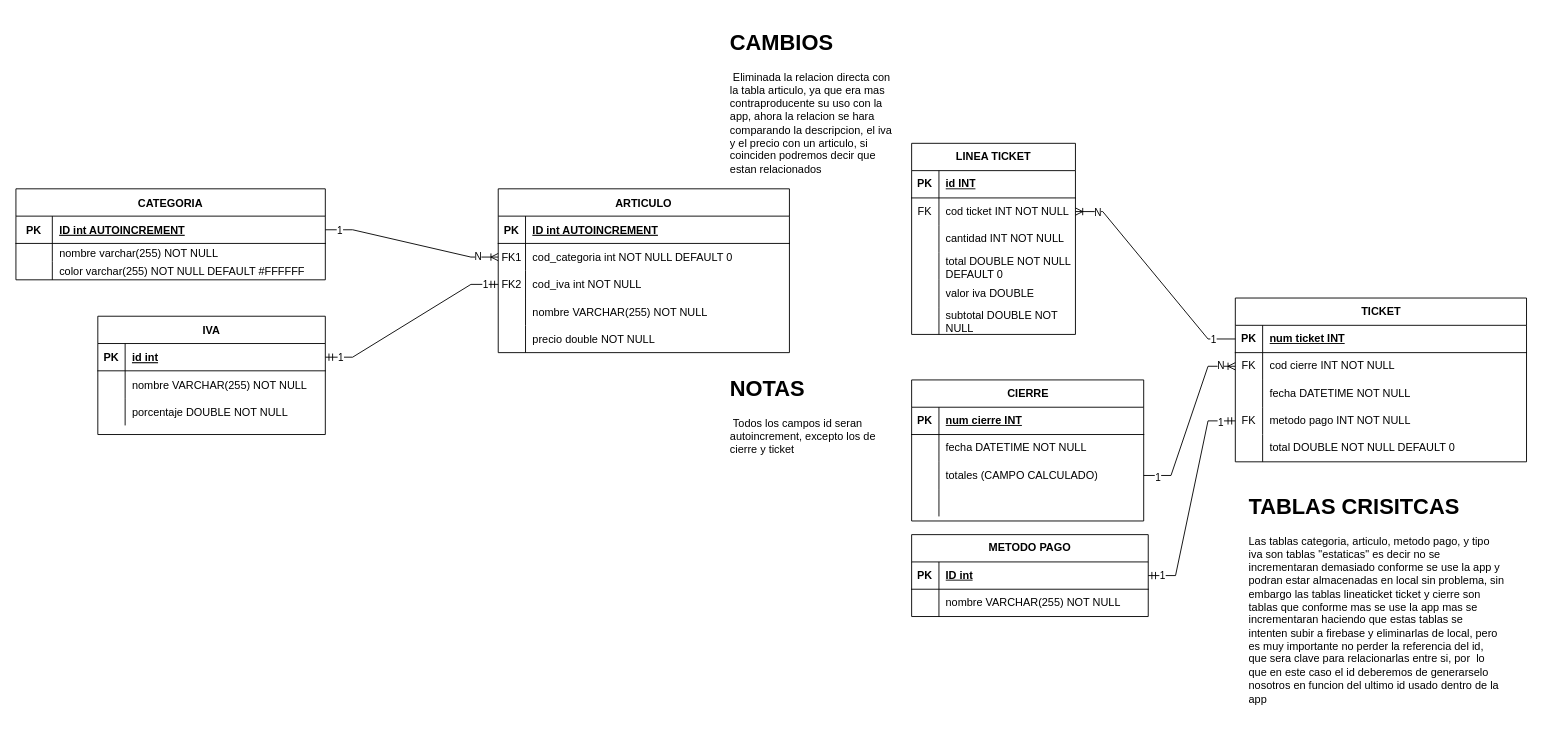
PedroDAM1/ExpressTPV keeps this draw.io diagram as ExpressTPV_EsquemaDB.drawio. Above is the earlier version. Source tidied: cells renumbered, new cells numbered last; positions are measured from the earlier drawing's top-left corner, leaving out a move shared by most shapes. Both pictures are drawn from the tidied source at 91%, with x=0, y=0 at pixel (15, 25).
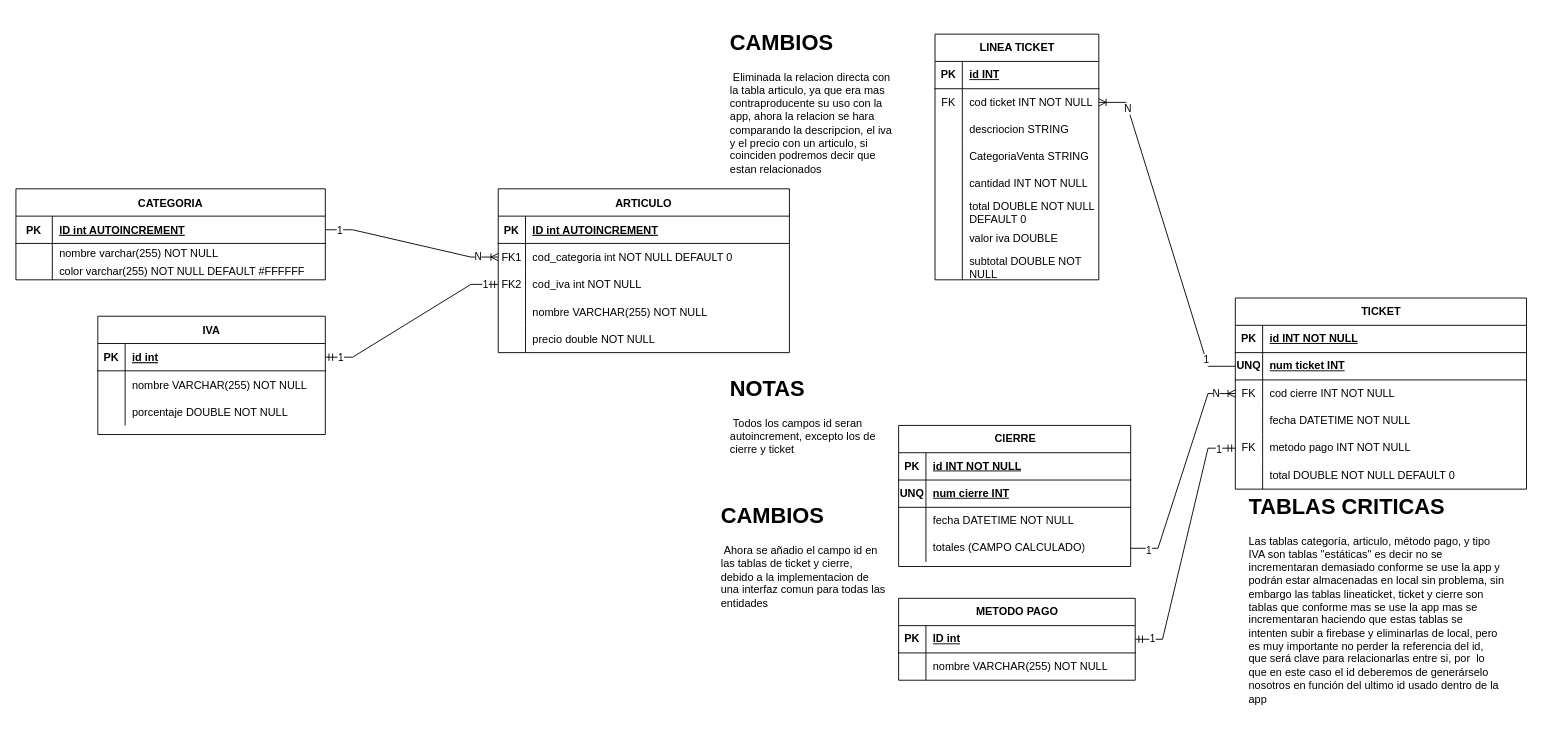
After the change.

Commit message (it also covers changes not shown here):
Añadido el esquema actualizado de la base de datos y el esquema de clases

Diff of the diagram source:
```diff
@@
     <mxCell id="44" value="METODO PAGO" style="shape=table;startSize=30;childLayout=tableLayout;rowLines=0;fontStyle=1;align=center;html=1;" parent="1" vertex="1">
-      <mxGeometry x="984.3" y="560" width="260" height="90" as="geometry" />
+      <mxGeometry x="970" y="630" width="260" height="90" as="geometry" />
     </mxCell>
@@
     <mxCell id="51" value="LINEA TICKET" style="shape=table;startSize=30;childLayout=tableLayout;rowLines=0;fontStyle=1;align=center;html=1;" parent="1" vertex="1">
-      <mxGeometry x="984.3" y="130" width="180" height="210" as="geometry" />
+      <mxGeometry x="1010" y="10" width="180" height="270" as="geometry" />
     </mxCell>
@@
+    <mxCell id="111" style="shape=tableRow;horizontal=0;startSize=0;swimlaneHead=0;swimlaneBody=0;fillColor=none;top=0;left=0;right=0;bottom=0;" parent="51" vertex="1">
+      <mxGeometry y="90" width="180" height="30" as="geometry" />
+    </mxCell>
+    <mxCell id="112" style="shape=partialRectangle;fillColor=none;top=0;left=0;bottom=0;right=0;overflow=hidden;whiteSpace=wrap;html=1;" parent="111" vertex="1">
+      <mxGeometry width="30" height="30" as="geometry" />
+    </mxCell>
+    <mxCell id="113" value="descriocion STRING" style="shape=partialRectangle;fillColor=none;top=0;left=0;bottom=0;right=0;align=left;spacingLeft=6;overflow=hidden;whiteSpace=wrap;html=1;" parent="111" vertex="1">
+      <mxGeometry x="30" width="150" height="30" as="geometry" />
+    </mxCell>
+    <mxCell id="114" style="shape=tableRow;horizontal=0;startSize=0;swimlaneHead=0;swimlaneBody=0;fillColor=none;top=0;left=0;right=0;bottom=0;" parent="51" vertex="1">
+      <mxGeometry y="120" width="180" height="30" as="geometry" />
+    </mxCell>
+    <mxCell id="115" style="shape=partialRectangle;fillColor=none;top=0;left=0;bottom=0;right=0;overflow=hidden;whiteSpace=wrap;html=1;" parent="114" vertex="1">
+      <mxGeometry width="30" height="30" as="geometry" />
+    </mxCell>
+    <mxCell id="116" value="CategoriaVenta STRING" style="shape=partialRectangle;fillColor=none;top=0;left=0;bottom=0;right=0;align=left;spacingLeft=6;overflow=hidden;whiteSpace=wrap;html=1;" parent="114" vertex="1">
+      <mxGeometry x="30" width="150" height="30" as="geometry" />
+    </mxCell>
     <mxCell id="58" style="shape=tableRow;horizontal=0;startSize=0;swimlaneHead=0;swimlaneBody=0;fillColor=none;top=0;left=0;right=0;bottom=0;" parent="51" vertex="1">
-      <mxGeometry y="90" width="180" height="30" as="geometry" />
+      <mxGeometry y="150" width="180" height="30" as="geometry" />
     </mxCell>
@@
     <mxCell id="61" style="shape=tableRow;horizontal=0;startSize=0;swimlaneHead=0;swimlaneBody=0;fillColor=none;top=0;left=0;right=0;bottom=0;" parent="51" vertex="1">
-      <mxGeometry y="120" width="180" height="30" as="geometry" />
+      <mxGeometry y="180" width="180" height="30" as="geometry" />
     </mxCell>
@@
     <mxCell id="64" style="shape=tableRow;horizontal=0;startSize=0;swimlaneHead=0;swimlaneBody=0;fillColor=none;top=0;left=0;right=0;bottom=0;" parent="51" vertex="1">
-      <mxGeometry y="150" width="180" height="30" as="geometry" />
+      <mxGeometry y="210" width="180" height="30" as="geometry" />
     </mxCell>
@@
     <mxCell id="67" style="shape=tableRow;horizontal=0;startSize=0;swimlaneHead=0;swimlaneBody=0;fillColor=none;top=0;left=0;right=0;bottom=0;" parent="51" vertex="1">
-      <mxGeometry y="180" width="180" height="30" as="geometry" />
+      <mxGeometry y="240" width="180" height="30" as="geometry" />
     </mxCell>
@@
     <mxCell id="70" value="TICKET" style="shape=table;startSize=30;childLayout=tableLayout;rowLines=0;fontStyle=1;align=center;html=1;" parent="1" vertex="1">
-      <mxGeometry x="1340" y="300" width="320" height="180" as="geometry" />
+      <mxGeometry x="1340" y="300" width="320" height="210" as="geometry" />
     </mxCell>
+    <mxCell id="117" style="shape=tableRow;horizontal=0;startSize=0;swimlaneHead=0;swimlaneBody=0;fillColor=none;top=0;left=0;right=0;bottom=1;" parent="70" vertex="1">
+      <mxGeometry y="30" width="320" height="30" as="geometry" />
+    </mxCell>
+    <mxCell id="118" value="PK" style="shape=partialRectangle;fillColor=none;top=0;left=0;bottom=0;right=0;fontStyle=1;overflow=hidden;whiteSpace=wrap;html=1;" parent="117" vertex="1">
+      <mxGeometry width="30" height="30" as="geometry" />
+    </mxCell>
+    <mxCell id="119" value="id INT NOT NULL" style="shape=partialRectangle;fillColor=none;top=0;left=0;bottom=0;right=0;align=left;spacingLeft=6;fontStyle=5;overflow=hidden;whiteSpace=wrap;html=1;" parent="117" vertex="1">
+      <mxGeometry x="30" width="290" height="30" as="geometry" />
+    </mxCell>
     <mxCell id="71" style="shape=tableRow;horizontal=0;startSize=0;swimlaneHead=0;swimlaneBody=0;fillColor=none;points=[[0,0.5],[1,0.5]];portConstraint=eastwest;top=0;left=0;right=0;bottom=1;" parent="70" vertex="1">
-      <mxGeometry y="30" width="320" height="30" as="geometry" />
+      <mxGeometry y="60" width="320" height="30" as="geometry" />
     </mxCell>
-    <mxCell id="72" value="PK" style="shape=partialRectangle;fillColor=none;top=0;left=0;bottom=0;right=0;fontStyle=1;overflow=hidden;whiteSpace=wrap;html=1;" parent="71" vertex="1">
+    <mxCell id="72" value="UNQ" style="shape=partialRectangle;fillColor=none;top=0;left=0;bottom=0;right=0;fontStyle=1;overflow=hidden;whiteSpace=wrap;html=1;" parent="71" vertex="1">
       <mxGeometry width="30" height="30" as="geometry" />
     </mxCell>
@@
     <mxCell id="74" style="shape=tableRow;horizontal=0;startSize=0;swimlaneHead=0;swimlaneBody=0;fillColor=none;points=[[0,0.5],[1,0.5]];portConstraint=eastwest;top=0;left=0;right=0;bottom=0;" parent="70" vertex="1">
-      <mxGeometry y="60" width="320" height="30" as="geometry" />
+      <mxGeometry y="90" width="320" height="30" as="geometry" />
     </mxCell>
@@
     <mxCell id="77" style="shape=tableRow;horizontal=0;startSize=0;swimlaneHead=0;swimlaneBody=0;fillColor=none;top=0;left=0;right=0;bottom=0;" parent="70" vertex="1">
-      <mxGeometry y="90" width="320" height="30" as="geometry" />
+      <mxGeometry y="120" width="320" height="30" as="geometry" />
     </mxCell>
@@
     <mxCell id="80" style="shape=tableRow;horizontal=0;startSize=0;swimlaneHead=0;swimlaneBody=0;fillColor=none;points=[[0,0.5],[1,0.5]];portConstraint=eastwest;top=0;left=0;right=0;bottom=0;" parent="70" vertex="1">
-      <mxGeometry y="120" width="320" height="30" as="geometry" />
+      <mxGeometry y="150" width="320" height="30" as="geometry" />
     </mxCell>
@@
     <mxCell id="83" style="shape=tableRow;horizontal=0;startSize=0;swimlaneHead=0;swimlaneBody=0;fillColor=none;top=0;left=0;right=0;bottom=0;" parent="70" vertex="1">
-      <mxGeometry y="150" width="320" height="30" as="geometry" />
+      <mxGeometry y="180" width="320" height="30" as="geometry" />
     </mxCell>
@@
     <mxCell id="86" value="CIERRE" style="shape=table;startSize=30;childLayout=tableLayout;rowLines=0;fontStyle=1;align=center;html=1;" parent="1" vertex="1">
-      <mxGeometry x="984.3" y="390" width="255" height="155" as="geometry" />
+      <mxGeometry x="970" y="440" width="255" height="155" as="geometry" />
     </mxCell>
+    <mxCell id="120" style="shape=tableRow;horizontal=0;startSize=0;swimlaneHead=0;swimlaneBody=0;fillColor=none;top=0;left=0;right=0;bottom=1;" parent="86" vertex="1">
+      <mxGeometry y="30" width="255" height="30" as="geometry" />
+    </mxCell>
+    <mxCell id="121" value="PK" style="shape=partialRectangle;fillColor=none;top=0;left=0;bottom=0;right=0;fontStyle=1;overflow=hidden;whiteSpace=wrap;html=1;" parent="120" vertex="1">
+      <mxGeometry width="30" height="30" as="geometry" />
+    </mxCell>
+    <mxCell id="122" value="id INT NOT NULL" style="shape=partialRectangle;fillColor=none;top=0;left=0;bottom=0;right=0;align=left;spacingLeft=6;fontStyle=5;overflow=hidden;whiteSpace=wrap;html=1;" parent="120" vertex="1">
+      <mxGeometry x="30" width="225" height="30" as="geometry" />
+    </mxCell>
     <mxCell id="87" style="shape=tableRow;horizontal=0;startSize=0;swimlaneHead=0;swimlaneBody=0;fillColor=none;top=0;left=0;right=0;bottom=1;" parent="86" vertex="1">
-      <mxGeometry y="30" width="255" height="30" as="geometry" />
+      <mxGeometry y="60" width="255" height="30" as="geometry" />
     </mxCell>
-    <mxCell id="88" value="PK" style="shape=partialRectangle;fillColor=none;top=0;left=0;bottom=0;right=0;fontStyle=1;overflow=hidden;whiteSpace=wrap;html=1;" parent="87" vertex="1">
+    <mxCell id="88" value="UNQ" style="shape=partialRectangle;fillColor=none;top=0;left=0;bottom=0;right=0;fontStyle=1;overflow=hidden;whiteSpace=wrap;html=1;" parent="87" vertex="1">
       <mxGeometry width="30" height="30" as="geometry" />
     </mxCell>
@@
     <mxCell id="90" style="shape=tableRow;horizontal=0;startSize=0;swimlaneHead=0;swimlaneBody=0;fillColor=none;top=0;left=0;right=0;bottom=0;" parent="86" vertex="1">
-      <mxGeometry y="60" width="255" height="30" as="geometry" />
+      <mxGeometry y="90" width="255" height="30" as="geometry" />
     </mxCell>
@@
     <mxCell id="93" style="shape=tableRow;horizontal=0;startSize=0;swimlaneHead=0;swimlaneBody=0;fillColor=none;points=[[0,0.5],[1,0.5]];portConstraint=eastwest;top=0;left=0;right=0;bottom=0;" parent="86" vertex="1">
-      <mxGeometry y="90" width="255" height="30" as="geometry" />
+      <mxGeometry y="120" width="255" height="30" as="geometry" />
     </mxCell>
@@
-    <mxCell id="96" style="shape=tableRow;horizontal=0;startSize=0;swimlaneHead=0;swimlaneBody=0;fillColor=none;top=0;left=0;right=0;bottom=0;" parent="86" vertex="1">
-      <mxGeometry y="120" width="255" height="30" as="geometry" />
-    </mxCell>
-    <mxCell id="97" style="shape=partialRectangle;fillColor=none;top=0;left=0;bottom=0;right=0;overflow=hidden;whiteSpace=wrap;html=1;" parent="96" vertex="1">
-      <mxGeometry width="30" height="30" as="geometry" />
-    </mxCell>
-    <mxCell id="98" style="shape=partialRectangle;fillColor=none;top=0;left=0;bottom=0;right=0;align=left;spacingLeft=6;overflow=hidden;whiteSpace=wrap;html=1;" parent="96" vertex="1">
-      <mxGeometry x="30" width="225" height="30" as="geometry" />
-    </mxCell>
@@
-    <mxCell id="109" value="&lt;h1&gt;TABLAS CRISITCAS&lt;/h1&gt;&lt;p&gt;Las tablas categoria, articulo, metodo pago, y tipo iva son tablas &quot;estaticas&quot; es decir no se incrementaran demasiado conforme se use la app y podran estar almacenadas en local sin problema, sin embargo las tablas lineaticket ticket y cierre son tablas que conforme mas se use la app mas se incrementaran haciendo que estas tablas se intenten subir a firebase y eliminarlas de local, pero es muy importante no perder la referencia del id, que sera clave para relacionarlas entre si, por&amp;nbsp; lo que en este caso el id deberemos de generarselo nosotros en funcion del ultimo id usado dentro de la app&lt;/p&gt;" style="text;html=1;strokeColor=none;fillColor=none;spacing=5;spacingTop=-20;whiteSpace=wrap;overflow=hidden;rounded=0;" parent="1" vertex="1">
+    <mxCell id="109" value="&lt;h1&gt;TABLAS CRITICAS&lt;/h1&gt;&lt;p&gt;Las tablas categoría, articulo, método pago, y tipo IVA son tablas &quot;estáticas&quot; es decir no se incrementaran demasiado conforme se use la app y podrán estar almacenadas en local sin problema, sin embargo las tablas lineaticket, ticket y cierre son tablas que conforme mas se use la app mas se incrementaran haciendo que estas tablas se intenten subir a firebase y eliminarlas de local, pero es muy importante no perder la referencia del id, que será clave para relacionarlas entre si, por&amp;nbsp; lo que en este caso el id deberemos de generárselo nosotros en función del ultimo id usado dentro de la app&lt;/p&gt;" style="text;html=1;strokeColor=none;fillColor=none;spacing=5;spacingTop=-20;whiteSpace=wrap;overflow=hidden;rounded=0;" parent="1" vertex="1">
       <mxGeometry x="1350" y="510" width="289" height="250" as="geometry" />
     </mxCell>
@@
+    <mxCell id="123" value="&lt;h1&gt;CAMBIOS&lt;/h1&gt;&lt;div&gt;&amp;nbsp;Ahora se añadio el campo id en las tablas de ticket y cierre, debido a la implementacion de una interfaz comun para todas las entidades&lt;/div&gt;" style="text;html=1;strokeColor=none;fillColor=none;spacing=5;spacingTop=-20;whiteSpace=wrap;overflow=hidden;rounded=0;" parent="1" vertex="1">
+      <mxGeometry x="770" y="520" width="190" height="130" as="geometry" />
+    </mxCell>
```
